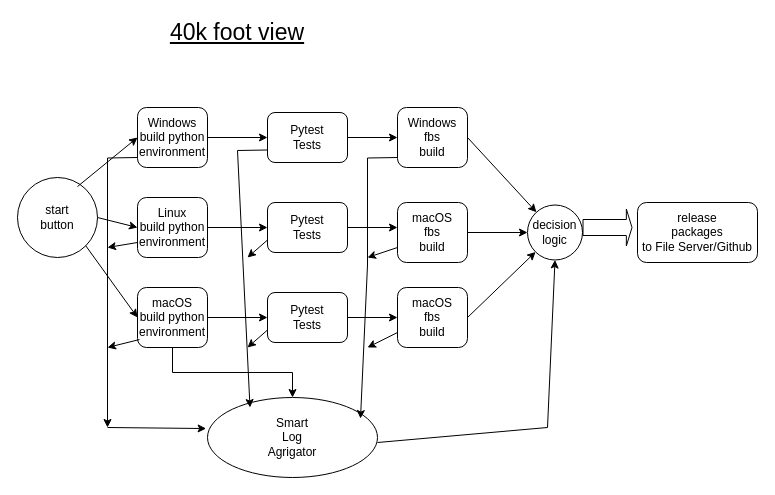
The draw.io diagram src/docs/Diagrams/futureBuildProcess_40kView_001.drawio in clockworksspheres/eisenban, before the edit. Source tidied: cells renumbered, new cells numbered last; positions are measured from the earlier drawing's top-left corner, leaving out a move shared by most shapes. Both pictures are drawn from the tidied source at 100%, with x=0, y=0 at pixel (17, 17).
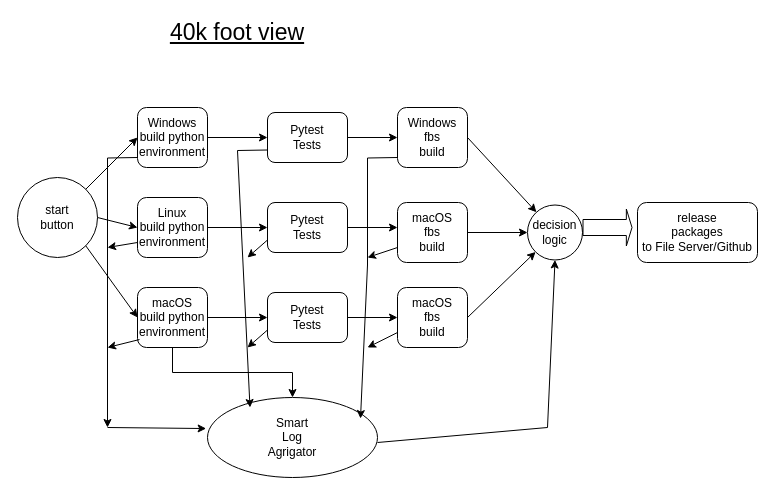
Above is the later version.

Commit message:
asthetic change to drawio document

The change refers to these unchanged cells:
```xml
<mxCell id="2" value="start&lt;div&gt;button&lt;/div&gt;" style="ellipse;whiteSpace=wrap;html=1;" parent="1" vertex="1">
  <mxGeometry y="160" width="80" height="80" as="geometry" />
</mxCell>
<mxCell id="3" value="&lt;div&gt;Windows&lt;/div&gt;&lt;div&gt;build python environment&lt;/div&gt;" style="rounded=1;whiteSpace=wrap;html=1;" parent="1" vertex="1">
  <mxGeometry x="120" y="90" width="70" height="60" as="geometry" />
</mxCell>
```

What changed in the source:
```diff
@@
-    <mxCell id="15" style="endArrow=classic;html=1;rounded=0;entryX=0;entryY=0.5;entryDx=0;entryDy=0;exitX=0.75;exitY=0.113;exitDx=0;exitDy=0;exitPerimeter=0;" parent="1" edge="1" source="2" target="3">
+    <mxCell id="15" style="endArrow=classic;html=1;rounded=0;entryX=0;entryY=0.5;entryDx=0;entryDy=0;exitX=1;exitY=0;exitDx=0;exitDy=0;" parent="1" edge="1" source="2" target="3">
       <mxGeometry relative="1" as="geometry" />
     </mxCell>
```
